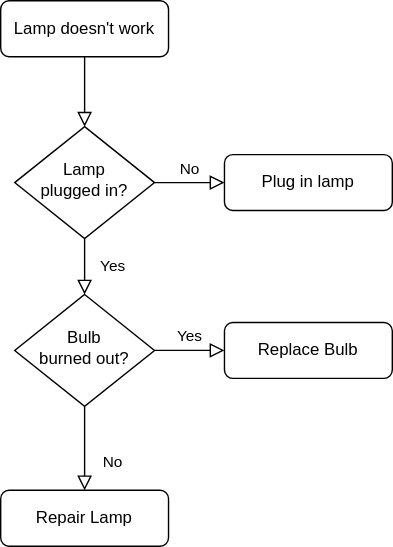
This is images/test.drawio.svg from charyxiao/charyxiao.github.io, a draw.io export, as it was before one commit. Source tidied: cells renumbered, new cells last; positions are measured from the earlier drawing's top-left corner, leaving out a move shared by most shapes.
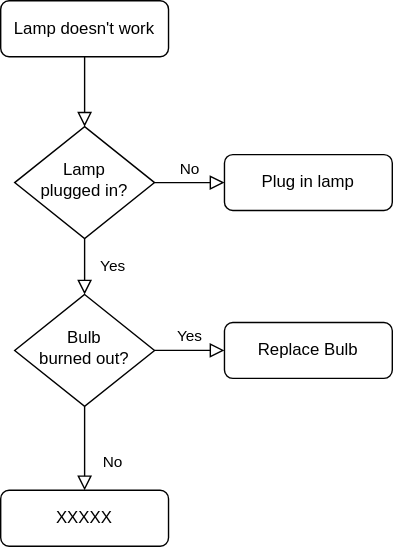
The same diagram one commit later.

Diff of the diagram source:
```diff
@@ -29,7 +29,7 @@
     <mxCell id="10" value="Bulb&lt;br&gt;burned out?" style="rhombus;whiteSpace=wrap;html=1;shadow=0;fontFamily=Helvetica;fontSize=12;align=center;strokeWidth=1;spacing=6;spacingTop=-4;" parent="1" vertex="1">
       <mxGeometry x="10" y="210" width="100" height="80" as="geometry" />
     </mxCell>
-    <mxCell id="11" value="Repair Lamp" style="rounded=1;whiteSpace=wrap;html=1;fontSize=12;glass=0;strokeWidth=1;shadow=0;" parent="1" vertex="1">
+    <mxCell id="11" value="XXXXX" style="rounded=1;whiteSpace=wrap;html=1;fontSize=12;glass=0;strokeWidth=1;shadow=0;" parent="1" vertex="1">
       <mxGeometry y="350" width="120" height="40" as="geometry" />
     </mxCell>
     <mxCell id="12" value="Replace Bulb" style="rounded=1;whiteSpace=wrap;html=1;fontSize=12;glass=0;strokeWidth=1;shadow=0;" parent="1" vertex="1">
```
